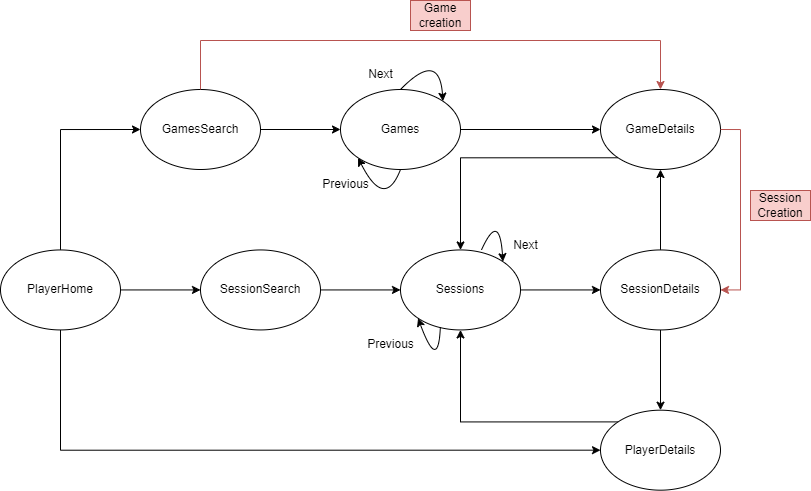
This is Docs/SPA/SPA.drawio.png from isel-leic-ls/2324-2-LEIC42D-G06, a draw.io export, as it was before one commit. Source tidied: cells renumbered, new cells last; positions are measured from the earlier drawing's top-left corner, leaving out a move shared by most shapes.
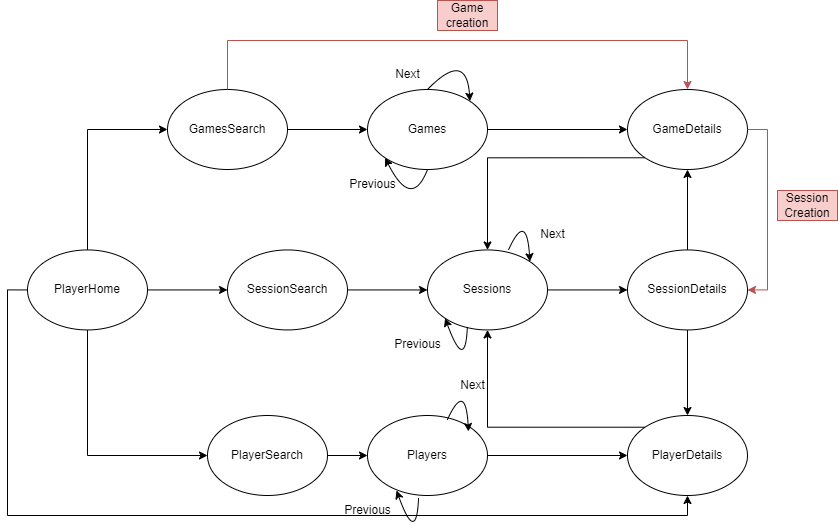
The same file after the commit.

What changed in the source:
```diff
@@ -8,12 +8,11 @@
     <mxCell id="3" style="edgeStyle=orthogonalEdgeStyle;rounded=0;jettySize=auto;html=1;exitX=1;exitY=0.5;exitDx=0;exitDy=0;entryX=0;entryY=0.5;entryDx=0;entryDy=0;" parent="1" edge="1" source="5" target="9">
       <mxGeometry relative="1" as="geometry" />
     </mxCell>
+    <mxCell id="33" style="edgeStyle=orthogonalEdgeStyle;rounded=0;jettySize=auto;html=1;exitX=0.5;exitY=1;exitDx=0;exitDy=0;entryX=0;entryY=0.5;entryDx=0;entryDy=0;" parent="1" edge="1" source="5" target="35">
+      <mxGeometry relative="1" as="geometry" />
+    </mxCell>
-    <mxCell id="4" style="edgeStyle=orthogonalEdgeStyle;rounded=0;jettySize=auto;html=1;exitX=0.5;exitY=1;exitDx=0;exitDy=0;entryX=0;entryY=0.5;entryDx=0;entryDy=0;" parent="1" edge="1" source="5" target="16">
-      <mxGeometry relative="1" as="geometry">
-        <Array as="points">
-          <mxPoint x="60" y="450" />
-        </Array>
-      </mxGeometry>
+    <mxCell id="4" style="edgeStyle=orthogonalEdgeStyle;rounded=0;jettySize=auto;html=1;exitX=0;exitY=0.5;exitDx=0;exitDy=0;entryX=0.5;entryY=1;entryDx=0;entryDy=0;" parent="1" edge="1" source="5" target="16">
+      <mxGeometry relative="1" as="geometry" />
     </mxCell>
     <mxCell id="5" value="PlayerHome" style="ellipse;whiteSpace=wrap;html=1;rotation=0;" parent="1" vertex="1">
       <mxGeometry y="249.4" width="120" height="80" as="geometry" />
@@ -49,7 +48,7 @@
       <mxGeometry relative="1" as="geometry" />
     </mxCell>
     <mxCell id="16" value="PlayerDetails" style="ellipse;whiteSpace=wrap;html=1;rotation=0;" parent="1" vertex="1">
-      <mxGeometry x="600" y="409.7" width="120" height="80" as="geometry" />
+      <mxGeometry x="600" y="415" width="120" height="80" as="geometry" />
     </mxCell>
     <mxCell id="17" style="edgeStyle=orthogonalEdgeStyle;rounded=0;jettySize=auto;html=1;exitX=0;exitY=1;exitDx=0;exitDy=0;entryX=0.5;entryY=0;entryDx=0;entryDy=0;" parent="1" edge="1" source="18" target="11">
       <mxGeometry relative="1" as="geometry" />
@@ -61,7 +60,7 @@
       <mxGeometry x="355" y="329.4" width="70" height="30" as="geometry" />
     </mxCell>
     <mxCell id="20" value="Next" style="text;html=1;align=center;verticalAlign=middle;strokeColor=none;fillColor=none;" parent="1" vertex="1">
-      <mxGeometry x="500" y="230" width="50" height="30" as="geometry" />
+      <mxGeometry x="500" y="219.4" width="50" height="30" as="geometry" />
     </mxCell>
     <mxCell id="21" style="edgeStyle=orthogonalEdgeStyle;rounded=0;jettySize=auto;html=1;exitX=1;exitY=0.5;exitDx=0;exitDy=0;entryX=0;entryY=0.5;entryDx=0;entryDy=0;" parent="1" edge="1" source="22" target="18">
       <mxGeometry relative="1" as="geometry" />
@@ -120,5 +119,41 @@
     <mxCell id="32" style="edgeStyle=orthogonalEdgeStyle;rounded=0;jettySize=auto;html=1;exitX=1;exitY=0.5;exitDx=0;exitDy=0;entryX=1;entryY=0.5;entryDx=0;entryDy=0;fillColor=#f8cecc;strokeColor=#b85450;" parent="1" edge="1" source="18" target="14">
       <mxGeometry relative="1" as="geometry" />
     </mxCell>
+    <mxCell id="34" style="edgeStyle=orthogonalEdgeStyle;rounded=0;jettySize=auto;html=1;exitX=1;exitY=0.5;exitDx=0;exitDy=0;entryX=0;entryY=0.5;entryDx=0;entryDy=0;" parent="1" edge="1" source="35" target="37">
+      <mxGeometry relative="1" as="geometry" />
+    </mxCell>
+    <mxCell id="35" value="PlayerSearch" style="ellipse;whiteSpace=wrap;html=1;rotation=0;" parent="1" vertex="1">
+      <mxGeometry x="180" y="415" width="120" height="80" as="geometry" />
+    </mxCell>
+    <mxCell id="36" style="edgeStyle=orthogonalEdgeStyle;rounded=0;jettySize=auto;html=1;exitX=1;exitY=0.5;exitDx=0;exitDy=0;entryX=0;entryY=0.5;entryDx=0;entryDy=0;" parent="1" edge="1" source="37" target="16">
+      <mxGeometry relative="1" as="geometry" />
+    </mxCell>
+    <mxCell id="37" value="Players" style="ellipse;whiteSpace=wrap;html=1;rotation=0;" parent="1" vertex="1">
+      <mxGeometry x="340" y="415" width="120" height="80" as="geometry" />
+    </mxCell>
+    <mxCell id="38" style="curved=1;endArrow=classic;html=1;rounded=0;exitX=0.676;exitY=-0.004;exitDx=0;exitDy=0;entryX=1;entryY=0;entryDx=0;entryDy=0;exitPerimeter=0;" parent="1" edge="1">
+      <mxGeometry relative="1" as="geometry">
+        <mxPoint x="420" y="419" as="sourcePoint" />
+        <mxPoint x="441" y="431" as="targetPoint" />
+        <Array as="points">
+          <mxPoint x="438" y="380" />
+        </Array>
+      </mxGeometry>
+    </mxCell>
+    <mxCell id="39" value="Next" style="text;html=1;align=center;verticalAlign=middle;strokeColor=none;fillColor=none;" parent="1" vertex="1">
+      <mxGeometry x="420" y="370" width="50" height="30" as="geometry" />
+    </mxCell>
+    <mxCell id="40" style="curved=1;endArrow=classic;html=1;rounded=0;exitX=0.332;exitY=0.961;exitDx=0;exitDy=0;entryX=0;entryY=1;entryDx=0;entryDy=0;exitPerimeter=0;" parent="1" edge="1">
+      <mxGeometry relative="1" as="geometry">
+        <mxPoint x="391" y="498" as="sourcePoint" />
+        <mxPoint x="369" y="490" as="targetPoint" />
+        <Array as="points">
+          <mxPoint x="388.9" y="544.7" />
+        </Array>
+      </mxGeometry>
+    </mxCell>
+    <mxCell id="41" value="Previous" style="text;html=1;align=center;verticalAlign=middle;strokeColor=none;fillColor=none;" parent="1" vertex="1">
+      <mxGeometry x="305" y="495" width="70" height="30" as="geometry" />
+    </mxCell>
   </root>
 </mxGraphModel>
```
